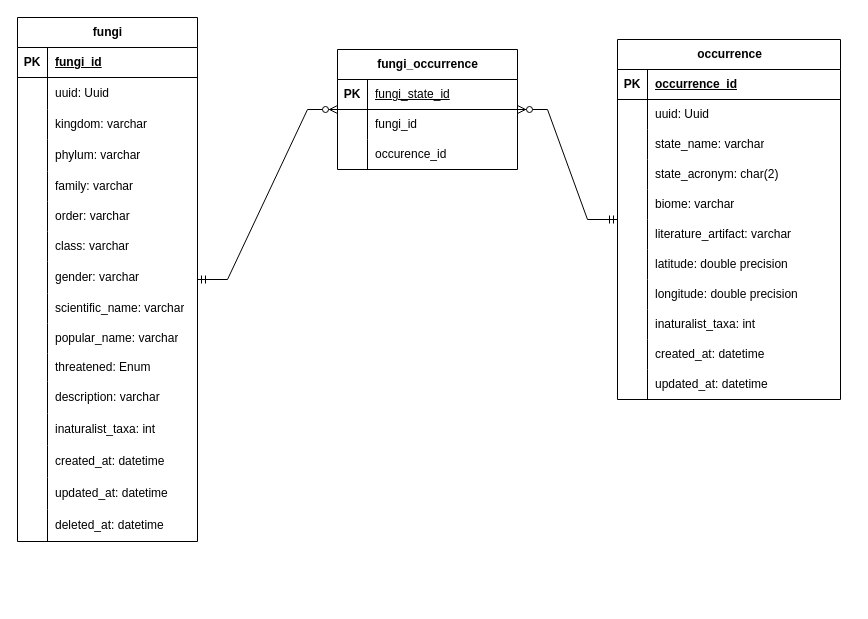
Above: BEM-bd.drawio in G2BC/BEM-docs (draw.io), before the change. Source tidied: cells renumbered, new cells numbered last; positions are measured from the earlier drawing's top-left corner, leaving out a move shared by most shapes. Both pictures are drawn from the tidied source at 100%, with x=0, y=0 at pixel (17, 17).
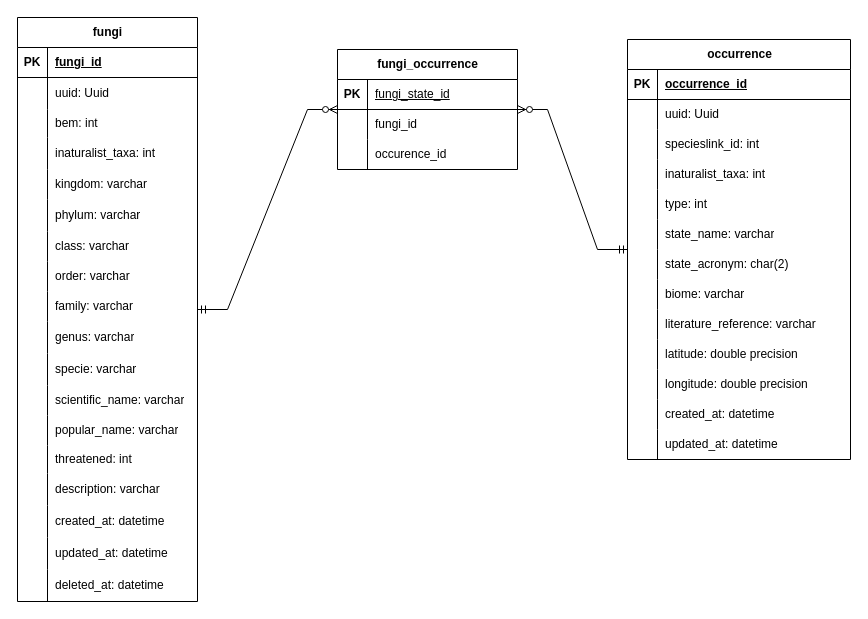
Above is the later version.

What changed in the source:
```diff
@@
     <mxCell id="2" value="fungi" style="shape=table;startSize=30;childLayout=tableLayout;rowLines=0;fontStyle=1;align=center;html=1;" parent="1" vertex="1">
-      <mxGeometry width="180" height="524" as="geometry" />
+      <mxGeometry width="180" height="584" as="geometry" />
     </mxCell>
@@
+    <mxCell id="97" style="shape=tableRow;horizontal=0;startSize=0;swimlaneHead=0;swimlaneBody=0;fillColor=none;top=0;left=0;right=0;bottom=0;" parent="2" vertex="1">
+      <mxGeometry y="92" width="180" height="28" as="geometry" />
+    </mxCell>
+    <mxCell id="98" style="shape=partialRectangle;fillColor=none;top=0;left=0;bottom=0;right=0;overflow=hidden;whiteSpace=wrap;html=1;" parent="97" vertex="1">
+      <mxGeometry width="30" height="28" as="geometry" />
+    </mxCell>
+    <mxCell id="99" value="bem: int" style="shape=partialRectangle;fillColor=none;top=0;left=0;bottom=0;right=0;align=left;spacingLeft=6;overflow=hidden;whiteSpace=wrap;html=1;" parent="97" vertex="1">
+      <mxGeometry x="30" width="150" height="28" as="geometry" />
+    </mxCell>
+    <mxCell id="39" style="shape=tableRow;horizontal=0;startSize=0;swimlaneHead=0;swimlaneBody=0;fillColor=none;top=0;left=0;right=0;bottom=0;" parent="2" vertex="1">
+      <mxGeometry y="120" width="180" height="32" as="geometry" />
+    </mxCell>
+    <mxCell id="40" style="shape=partialRectangle;fillColor=none;top=0;left=0;bottom=0;right=0;overflow=hidden;whiteSpace=wrap;html=1;" parent="39" vertex="1">
+      <mxGeometry width="30" height="32" as="geometry" />
+    </mxCell>
+    <mxCell id="41" value="inaturalist_taxa: int" style="shape=partialRectangle;fillColor=none;top=0;left=0;bottom=0;right=0;align=left;spacingLeft=6;overflow=hidden;whiteSpace=wrap;html=1;" parent="39" vertex="1">
+      <mxGeometry x="30" width="150" height="32" as="geometry" />
+    </mxCell>
     <mxCell id="9" style="shape=tableRow;horizontal=0;startSize=0;swimlaneHead=0;swimlaneBody=0;fillColor=none;top=0;left=0;right=0;bottom=0;" parent="2" vertex="1">
-      <mxGeometry y="92" width="180" height="30" as="geometry" />
+      <mxGeometry y="152" width="180" height="30" as="geometry" />
     </mxCell>
@@
     <mxCell id="12" style="shape=tableRow;horizontal=0;startSize=0;swimlaneHead=0;swimlaneBody=0;fillColor=none;top=0;left=0;right=0;bottom=0;" parent="2" vertex="1">
-      <mxGeometry y="122" width="180" height="32" as="geometry" />
+      <mxGeometry y="182" width="180" height="32" as="geometry" />
     </mxCell>
@@
+    <mxCell id="21" style="shape=tableRow;horizontal=0;startSize=0;swimlaneHead=0;swimlaneBody=0;fillColor=none;top=0;left=0;right=0;bottom=0;" parent="2" vertex="1">
+      <mxGeometry y="214" width="180" height="30" as="geometry" />
+    </mxCell>
+    <mxCell id="22" style="shape=partialRectangle;fillColor=none;top=0;left=0;bottom=0;right=0;overflow=hidden;whiteSpace=wrap;html=1;" parent="21" vertex="1">
+      <mxGeometry width="30" height="30" as="geometry" />
+    </mxCell>
+    <mxCell id="23" value="class: varchar" style="shape=partialRectangle;fillColor=none;top=0;left=0;bottom=0;right=0;align=left;spacingLeft=6;overflow=hidden;whiteSpace=wrap;html=1;" parent="21" vertex="1">
+      <mxGeometry x="30" width="150" height="30" as="geometry" />
+    </mxCell>
+    <mxCell id="18" style="shape=tableRow;horizontal=0;startSize=0;swimlaneHead=0;swimlaneBody=0;fillColor=none;top=0;left=0;right=0;bottom=0;" parent="2" vertex="1">
+      <mxGeometry y="244" width="180" height="30" as="geometry" />
+    </mxCell>
+    <mxCell id="19" style="shape=partialRectangle;fillColor=none;top=0;left=0;bottom=0;right=0;overflow=hidden;whiteSpace=wrap;html=1;" parent="18" vertex="1">
+      <mxGeometry width="30" height="30" as="geometry" />
+    </mxCell>
+    <mxCell id="20" value="order: varchar" style="shape=partialRectangle;fillColor=none;top=0;left=0;bottom=0;right=0;align=left;spacingLeft=6;overflow=hidden;whiteSpace=wrap;html=1;" parent="18" vertex="1">
+      <mxGeometry x="30" width="150" height="30" as="geometry" />
+    </mxCell>
     <mxCell id="15" style="shape=tableRow;horizontal=0;startSize=0;swimlaneHead=0;swimlaneBody=0;fillColor=none;top=0;left=0;right=0;bottom=0;" parent="2" vertex="1">
-      <mxGeometry y="154" width="180" height="30" as="geometry" />
+      <mxGeometry y="274" width="180" height="30" as="geometry" />
     </mxCell>
@@
-    <mxCell id="18" style="shape=tableRow;horizontal=0;startSize=0;swimlaneHead=0;swimlaneBody=0;fillColor=none;top=0;left=0;right=0;bottom=0;" parent="2" vertex="1">
-      <mxGeometry y="184" width="180" height="30" as="geometry" />
-    </mxCell>
-    <mxCell id="19" style="shape=partialRectangle;fillColor=none;top=0;left=0;bottom=0;right=0;overflow=hidden;whiteSpace=wrap;html=1;" parent="18" vertex="1">
-      <mxGeometry width="30" height="30" as="geometry" />
-    </mxCell>
-    <mxCell id="20" value="order: varchar" style="shape=partialRectangle;fillColor=none;top=0;left=0;bottom=0;right=0;align=left;spacingLeft=6;overflow=hidden;whiteSpace=wrap;html=1;" parent="18" vertex="1">
-      <mxGeometry x="30" width="150" height="30" as="geometry" />
-    </mxCell>
-    <mxCell id="21" style="shape=tableRow;horizontal=0;startSize=0;swimlaneHead=0;swimlaneBody=0;fillColor=none;top=0;left=0;right=0;bottom=0;" parent="2" vertex="1">
-      <mxGeometry y="214" width="180" height="30" as="geometry" />
-    </mxCell>
-    <mxCell id="22" style="shape=partialRectangle;fillColor=none;top=0;left=0;bottom=0;right=0;overflow=hidden;whiteSpace=wrap;html=1;" parent="21" vertex="1">
-      <mxGeometry width="30" height="30" as="geometry" />
-    </mxCell>
-    <mxCell id="23" value="class: varchar" style="shape=partialRectangle;fillColor=none;top=0;left=0;bottom=0;right=0;align=left;spacingLeft=6;overflow=hidden;whiteSpace=wrap;html=1;" parent="21" vertex="1">
-      <mxGeometry x="30" width="150" height="30" as="geometry" />
-    </mxCell>
     <mxCell id="24" style="shape=tableRow;horizontal=0;startSize=0;swimlaneHead=0;swimlaneBody=0;fillColor=none;top=0;left=0;right=0;bottom=0;" parent="2" vertex="1">
-      <mxGeometry y="244" width="180" height="32" as="geometry" />
+      <mxGeometry y="304" width="180" height="32" as="geometry" />
     </mxCell>
@@
-    <mxCell id="26" value="gender: varchar" style="shape=partialRectangle;fillColor=none;top=0;left=0;bottom=0;right=0;align=left;spacingLeft=6;overflow=hidden;whiteSpace=wrap;html=1;" parent="24" vertex="1">
+    <mxCell id="26" value="genus: varchar" style="shape=partialRectangle;fillColor=none;top=0;left=0;bottom=0;right=0;align=left;spacingLeft=6;overflow=hidden;whiteSpace=wrap;html=1;" parent="24" vertex="1">
       <mxGeometry x="30" width="150" height="32" as="geometry" />
     </mxCell>
+    <mxCell id="100" style="shape=tableRow;horizontal=0;startSize=0;swimlaneHead=0;swimlaneBody=0;fillColor=none;top=0;left=0;right=0;bottom=0;" parent="2" vertex="1">
+      <mxGeometry y="336" width="180" height="32" as="geometry" />
+    </mxCell>
+    <mxCell id="101" style="shape=partialRectangle;fillColor=none;top=0;left=0;bottom=0;right=0;overflow=hidden;whiteSpace=wrap;html=1;" parent="100" vertex="1">
+      <mxGeometry width="30" height="32" as="geometry" />
+    </mxCell>
+    <mxCell id="102" value="specie: varchar" style="shape=partialRectangle;fillColor=none;top=0;left=0;bottom=0;right=0;align=left;spacingLeft=6;overflow=hidden;whiteSpace=wrap;html=1;" parent="100" vertex="1">
+      <mxGeometry x="30" width="150" height="32" as="geometry" />
+    </mxCell>
     <mxCell id="27" style="shape=tableRow;horizontal=0;startSize=0;swimlaneHead=0;swimlaneBody=0;fillColor=none;top=0;left=0;right=0;bottom=0;" parent="2" vertex="1">
-      <mxGeometry y="276" width="180" height="30" as="geometry" />
+      <mxGeometry y="368" width="180" height="30" as="geometry" />
     </mxCell>
@@
     <mxCell id="30" style="shape=tableRow;horizontal=0;startSize=0;swimlaneHead=0;swimlaneBody=0;fillColor=none;top=0;left=0;right=0;bottom=0;" parent="2" vertex="1">
-      <mxGeometry y="306" width="180" height="30" as="geometry" />
+      <mxGeometry y="398" width="180" height="30" as="geometry" />
     </mxCell>
@@
     <mxCell id="33" style="shape=tableRow;horizontal=0;startSize=0;swimlaneHead=0;swimlaneBody=0;fillColor=none;top=0;left=0;right=0;bottom=0;" parent="2" vertex="1">
-      <mxGeometry y="336" width="180" height="28" as="geometry" />
+      <mxGeometry y="428" width="180" height="28" as="geometry" />
     </mxCell>
@@
-    <mxCell id="35" value="threatened: Enum" style="shape=partialRectangle;fillColor=none;top=0;left=0;bottom=0;right=0;align=left;spacingLeft=6;overflow=hidden;whiteSpace=wrap;html=1;" parent="33" vertex="1">
+    <mxCell id="35" value="threatened: int" style="shape=partialRectangle;fillColor=none;top=0;left=0;bottom=0;right=0;align=left;spacingLeft=6;overflow=hidden;whiteSpace=wrap;html=1;" parent="33" vertex="1">
       <mxGeometry x="30" width="150" height="28" as="geometry" />
     </mxCell>
     <mxCell id="36" style="shape=tableRow;horizontal=0;startSize=0;swimlaneHead=0;swimlaneBody=0;fillColor=none;top=0;left=0;right=0;bottom=0;" parent="2" vertex="1">
-      <mxGeometry y="364" width="180" height="32" as="geometry" />
+      <mxGeometry y="456" width="180" height="32" as="geometry" />
     </mxCell>
@@
-    <mxCell id="39" style="shape=tableRow;horizontal=0;startSize=0;swimlaneHead=0;swimlaneBody=0;fillColor=none;top=0;left=0;right=0;bottom=0;" parent="2" vertex="1">
-      <mxGeometry y="396" width="180" height="32" as="geometry" />
-    </mxCell>
-    <mxCell id="40" style="shape=partialRectangle;fillColor=none;top=0;left=0;bottom=0;right=0;overflow=hidden;whiteSpace=wrap;html=1;" parent="39" vertex="1">
-      <mxGeometry width="30" height="32" as="geometry" />
-    </mxCell>
-    <mxCell id="41" value="inaturalist_taxa: int" style="shape=partialRectangle;fillColor=none;top=0;left=0;bottom=0;right=0;align=left;spacingLeft=6;overflow=hidden;whiteSpace=wrap;html=1;" parent="39" vertex="1">
-      <mxGeometry x="30" width="150" height="32" as="geometry" />
-    </mxCell>
     <mxCell id="42" style="shape=tableRow;horizontal=0;startSize=0;swimlaneHead=0;swimlaneBody=0;fillColor=none;top=0;left=0;right=0;bottom=0;" parent="2" vertex="1">
-      <mxGeometry y="428" width="180" height="32" as="geometry" />
+      <mxGeometry y="488" width="180" height="32" as="geometry" />
     </mxCell>
@@
     <mxCell id="45" style="shape=tableRow;horizontal=0;startSize=0;swimlaneHead=0;swimlaneBody=0;fillColor=none;top=0;left=0;right=0;bottom=0;" parent="2" vertex="1">
-      <mxGeometry y="460" width="180" height="32" as="geometry" />
+      <mxGeometry y="520" width="180" height="32" as="geometry" />
     </mxCell>
@@
     <mxCell id="48" style="shape=tableRow;horizontal=0;startSize=0;swimlaneHead=0;swimlaneBody=0;fillColor=none;top=0;left=0;right=0;bottom=0;" parent="2" vertex="1">
-      <mxGeometry y="492" width="180" height="32" as="geometry" />
+      <mxGeometry y="552" width="180" height="32" as="geometry" />
     </mxCell>
@@
     <mxCell id="63" value="occurrence" style="shape=table;startSize=30;childLayout=tableLayout;rowLines=0;fontStyle=1;align=center;html=1;" parent="1" vertex="1">
-      <mxGeometry x="600" y="22" width="223" height="360" as="geometry" />
+      <mxGeometry x="610" y="22" width="223" height="420" as="geometry" />
     </mxCell>
@@
+    <mxCell id="103" style="shape=tableRow;horizontal=0;startSize=0;swimlaneHead=0;swimlaneBody=0;fillColor=none;top=0;left=0;right=0;bottom=0;" parent="63" vertex="1">
+      <mxGeometry y="90" width="223" height="30" as="geometry" />
+    </mxCell>
+    <mxCell id="104" style="shape=partialRectangle;fillColor=none;top=0;left=0;bottom=0;right=0;overflow=hidden;whiteSpace=wrap;html=1;" parent="103" vertex="1">
+      <mxGeometry width="30" height="30" as="geometry" />
+    </mxCell>
+    <mxCell id="105" value="specieslink_id: int" style="shape=partialRectangle;fillColor=none;top=0;left=0;bottom=0;right=0;align=left;spacingLeft=6;overflow=hidden;whiteSpace=wrap;html=1;" parent="103" vertex="1">
+      <mxGeometry x="30" width="193" height="30" as="geometry" />
+    </mxCell>
+    <mxCell id="88" style="shape=tableRow;horizontal=0;startSize=0;swimlaneHead=0;swimlaneBody=0;fillColor=none;top=0;left=0;right=0;bottom=0;" parent="63" vertex="1">
+      <mxGeometry y="120" width="223" height="30" as="geometry" />
+    </mxCell>
+    <mxCell id="89" style="shape=partialRectangle;fillColor=none;top=0;left=0;bottom=0;right=0;overflow=hidden;whiteSpace=wrap;html=1;" parent="88" vertex="1">
+      <mxGeometry width="30" height="30" as="geometry" />
+    </mxCell>
+    <mxCell id="90" value="inaturalist_taxa: int" style="shape=partialRectangle;fillColor=none;top=0;left=0;bottom=0;right=0;align=left;spacingLeft=6;overflow=hidden;whiteSpace=wrap;html=1;" parent="88" vertex="1">
+      <mxGeometry x="30" width="193" height="30" as="geometry" />
+    </mxCell>
+    <mxCell id="106" style="shape=tableRow;horizontal=0;startSize=0;swimlaneHead=0;swimlaneBody=0;fillColor=none;top=0;left=0;right=0;bottom=0;" parent="63" vertex="1">
+      <mxGeometry y="150" width="223" height="30" as="geometry" />
+    </mxCell>
+    <mxCell id="107" style="shape=partialRectangle;fillColor=none;top=0;left=0;bottom=0;right=0;overflow=hidden;whiteSpace=wrap;html=1;" parent="106" vertex="1">
+      <mxGeometry width="30" height="30" as="geometry" />
+    </mxCell>
+    <mxCell id="108" value="type: int" style="shape=partialRectangle;fillColor=none;top=0;left=0;bottom=0;right=0;align=left;spacingLeft=6;overflow=hidden;whiteSpace=wrap;html=1;" parent="106" vertex="1">
+      <mxGeometry x="30" width="193" height="30" as="geometry" />
+    </mxCell>
     <mxCell id="70" style="shape=tableRow;horizontal=0;startSize=0;swimlaneHead=0;swimlaneBody=0;fillColor=none;top=0;left=0;right=0;bottom=0;" parent="63" vertex="1">
-      <mxGeometry y="90" width="223" height="30" as="geometry" />
+      <mxGeometry y="180" width="223" height="30" as="geometry" />
     </mxCell>
@@
     <mxCell id="73" style="shape=tableRow;horizontal=0;startSize=0;swimlaneHead=0;swimlaneBody=0;fillColor=none;top=0;left=0;right=0;bottom=0;" parent="63" vertex="1">
-      <mxGeometry y="120" width="223" height="30" as="geometry" />
+      <mxGeometry y="210" width="223" height="30" as="geometry" />
     </mxCell>
@@
     <mxCell id="76" style="shape=tableRow;horizontal=0;startSize=0;swimlaneHead=0;swimlaneBody=0;fillColor=none;top=0;left=0;right=0;bottom=0;" parent="63" vertex="1">
-      <mxGeometry y="150" width="223" height="30" as="geometry" />
+      <mxGeometry y="240" width="223" height="30" as="geometry" />
     </mxCell>
@@
     <mxCell id="79" style="shape=tableRow;horizontal=0;startSize=0;swimlaneHead=0;swimlaneBody=0;fillColor=none;top=0;left=0;right=0;bottom=0;" parent="63" vertex="1">
-      <mxGeometry y="180" width="223" height="30" as="geometry" />
+      <mxGeometry y="270" width="223" height="30" as="geometry" />
     </mxCell>
@@
-    <mxCell id="81" value="&lt;div&gt;literature_artifact: varchar&lt;/div&gt;" style="shape=partialRectangle;fillColor=none;top=0;left=0;bottom=0;right=0;align=left;spacingLeft=6;overflow=hidden;whiteSpace=wrap;html=1;" parent="79" vertex="1">
+    <mxCell id="81" value="&lt;div&gt;literature_reference: varchar&lt;/div&gt;" style="shape=partialRectangle;fillColor=none;top=0;left=0;bottom=0;right=0;align=left;spacingLeft=6;overflow=hidden;whiteSpace=wrap;html=1;" parent="79" vertex="1">
       <mxGeometry x="30" width="193" height="30" as="geometry" />
     </mxCell>
     <mxCell id="82" style="shape=tableRow;horizontal=0;startSize=0;swimlaneHead=0;swimlaneBody=0;fillColor=none;top=0;left=0;right=0;bottom=0;" parent="63" vertex="1">
-      <mxGeometry y="210" width="223" height="30" as="geometry" />
+      <mxGeometry y="300" width="223" height="30" as="geometry" />
     </mxCell>
@@
     <mxCell id="85" style="shape=tableRow;horizontal=0;startSize=0;swimlaneHead=0;swimlaneBody=0;fillColor=none;top=0;left=0;right=0;bottom=0;" parent="63" vertex="1">
-      <mxGeometry y="240" width="223" height="30" as="geometry" />
+      <mxGeometry y="330" width="223" height="30" as="geometry" />
     </mxCell>
@@
-    <mxCell id="88" style="shape=tableRow;horizontal=0;startSize=0;swimlaneHead=0;swimlaneBody=0;fillColor=none;top=0;left=0;right=0;bottom=0;" parent="63" vertex="1">
-      <mxGeometry y="270" width="223" height="30" as="geometry" />
-    </mxCell>
-    <mxCell id="89" style="shape=partialRectangle;fillColor=none;top=0;left=0;bottom=0;right=0;overflow=hidden;whiteSpace=wrap;html=1;" parent="88" vertex="1">
-      <mxGeometry width="30" height="30" as="geometry" />
-    </mxCell>
-    <mxCell id="90" value="inaturalist_taxa: int" style="shape=partialRectangle;fillColor=none;top=0;left=0;bottom=0;right=0;align=left;spacingLeft=6;overflow=hidden;whiteSpace=wrap;html=1;" parent="88" vertex="1">
-      <mxGeometry x="30" width="193" height="30" as="geometry" />
-    </mxCell>
     <mxCell id="91" style="shape=tableRow;horizontal=0;startSize=0;swimlaneHead=0;swimlaneBody=0;fillColor=none;top=0;left=0;right=0;bottom=0;" parent="63" vertex="1">
-      <mxGeometry y="300" width="223" height="30" as="geometry" />
+      <mxGeometry y="360" width="223" height="30" as="geometry" />
     </mxCell>
@@
     <mxCell id="94" style="shape=tableRow;horizontal=0;startSize=0;swimlaneHead=0;swimlaneBody=0;fillColor=none;top=0;left=0;right=0;bottom=0;" parent="63" vertex="1">
-      <mxGeometry y="330" width="223" height="30" as="geometry" />
+      <mxGeometry y="390" width="223" height="30" as="geometry" />
     </mxCell>
```
